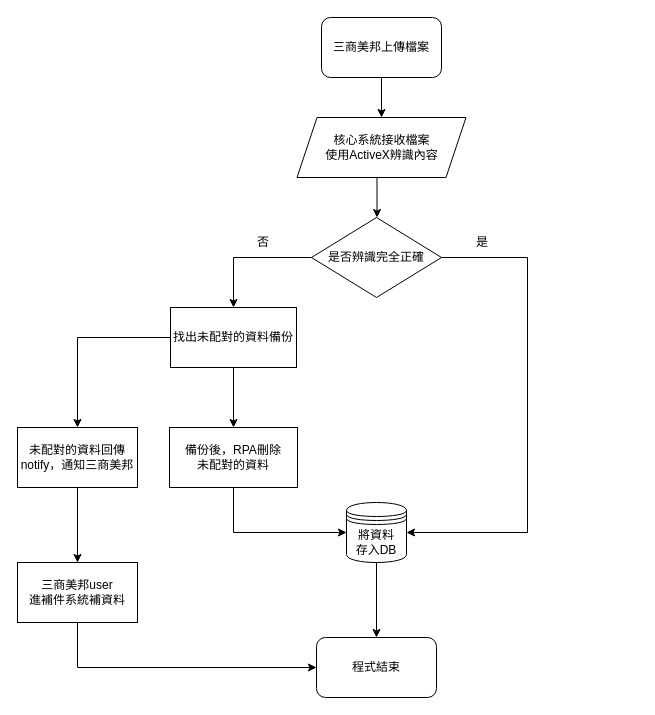
The draw.io diagram Untitled Diagram.drawio in 33b29/xml, before the edit. Source tidied: cells renumbered, new cells numbered last; positions are measured from the earlier drawing's top-left corner, leaving out a move shared by most shapes. Both pictures are drawn from the tidied source at 100%, with x=0, y=0 at pixel (17, 17).
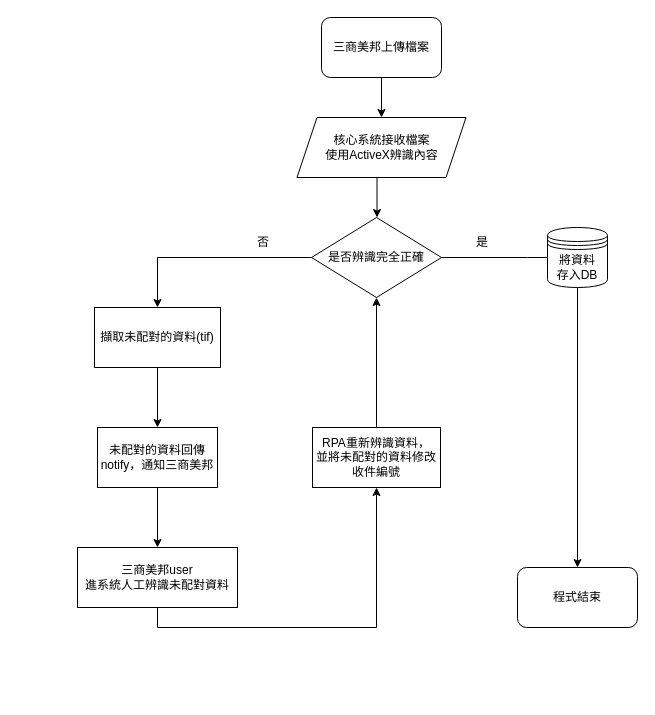
After the change.

Unchanged cells that the change refers to:
```xml
<mxCell id="6" value="是否辨識完全正確" style="rhombus;whiteSpace=wrap;html=1;" parent="1" vertex="1">
  <mxGeometry x="294" y="200" width="130" height="80" as="geometry" />
</mxCell>
```

What changed in the source:
```diff
@@
     <mxCell id="8" style="endArrow=classic;html=1;rounded=0;entryX=1;entryY=0.5;entryDx=0;entryDy=0;" parent="1" edge="1" target="20">
       <mxGeometry relative="1" as="geometry">
         <mxPoint x="424" y="240" as="sourcePoint" />
         <Array as="points">
           <mxPoint x="510" y="240" />
-          <mxPoint x="510" y="515" />
         </Array>
       </mxGeometry>
     </mxCell>
@@
-    <mxCell id="12" style="edgeStyle=orthogonalEdgeStyle;rounded=0;jettySize=auto;html=1;exitX=0.5;exitY=1;exitDx=0;exitDy=0;entryX=0.5;entryY=0;entryDx=0;entryDy=0;" parent="1" edge="1" source="13" target="17">
-      <mxGeometry relative="1" as="geometry" />
-    </mxCell>
-    <mxCell id="13" value="找出未配對的資料備份" style="rounded=0;whiteSpace=wrap;html=1;fillColor=none;" parent="1" vertex="1">
-      <mxGeometry x="153" y="290" width="126" height="60" as="geometry" />
+    <mxCell id="13" value="擷取未配對的資料(tif)" style="rounded=0;whiteSpace=wrap;html=1;fillColor=none;" parent="1" vertex="1">
+      <mxGeometry x="77" y="290" width="126" height="60" as="geometry" />
     </mxCell>
@@
     <mxCell id="15" value="未配對的資料回傳notify，通知三商美邦" style="whiteSpace=wrap;html=1;rounded=0;fillColor=none;" parent="1" vertex="1">
-      <mxGeometry y="410" width="120" height="60" as="geometry" />
+      <mxGeometry x="80" y="410" width="120" height="60" as="geometry" />
     </mxCell>
-    <mxCell id="16" style="edgeStyle=orthogonalEdgeStyle;rounded=0;jettySize=auto;html=1;exitX=0.5;exitY=1;exitDx=0;exitDy=0;entryX=0;entryY=0.5;entryDx=0;entryDy=0;" parent="1" edge="1" source="17" target="20">
-      <mxGeometry relative="1" as="geometry" />
-    </mxCell>
+    <mxCell id="23" style="edgeStyle=orthogonalEdgeStyle;rounded=0;jettySize=auto;html=1;exitX=0.5;exitY=0;exitDx=0;exitDy=0;entryX=0.5;entryY=1;entryDx=0;entryDy=0;" parent="1" edge="1" source="17" target="6">
+      <mxGeometry relative="1" as="geometry" />
+    </mxCell>
-    <mxCell id="17" value="備份後，RPA刪除&lt;br&gt;未配對的資料" style="whiteSpace=wrap;html=1;rounded=0;fillColor=none;" parent="1" vertex="1">
-      <mxGeometry x="152" y="410" width="128" height="60" as="geometry" />
+    <mxCell id="17" value="RPA重新辨識資料，&lt;br&gt;並將未配對的資料修改收件編號" style="whiteSpace=wrap;html=1;rounded=0;fillColor=none;" parent="1" vertex="1">
+      <mxGeometry x="295" y="410" width="128" height="60" as="geometry" />
     </mxCell>
     <mxCell id="18" value="程式結束" style="rounded=1;whiteSpace=wrap;html=1;fillColor=none;" parent="1" vertex="1">
-      <mxGeometry x="299" y="620" width="120" height="60" as="geometry" />
+      <mxGeometry x="500" y="550" width="120" height="60" as="geometry" />
     </mxCell>
@@
     <mxCell id="20" value="&lt;span&gt;將資料&lt;br&gt;存入DB&lt;/span&gt;" style="shape=datastore;whiteSpace=wrap;html=1;" parent="1" vertex="1">
-      <mxGeometry x="329" y="485" width="60" height="60" as="geometry" />
+      <mxGeometry x="530" y="210" width="60" height="60" as="geometry" />
     </mxCell>
-    <mxCell id="21" style="edgeStyle=orthogonalEdgeStyle;rounded=0;jettySize=auto;html=1;exitX=0.5;exitY=1;exitDx=0;exitDy=0;entryX=0;entryY=0.5;entryDx=0;entryDy=0;" parent="1" edge="1" source="22" target="18">
+    <mxCell id="21" style="edgeStyle=orthogonalEdgeStyle;rounded=0;jettySize=auto;html=1;exitX=0.5;exitY=1;exitDx=0;exitDy=0;entryX=0.5;entryY=1;entryDx=0;entryDy=0;" parent="1" edge="1" source="22" target="17">
       <mxGeometry relative="1" as="geometry" />
     </mxCell>
-    <mxCell id="22" value="三商美邦user&lt;br&gt;進補件系統補資料" style="rounded=0;whiteSpace=wrap;html=1;" parent="1" vertex="1">
-      <mxGeometry y="545" width="120" height="60" as="geometry" />
+    <mxCell id="22" value="三商美邦user&lt;br&gt;進系統人工辨識未配對資料" style="rounded=0;whiteSpace=wrap;html=1;" parent="1" vertex="1">
+      <mxGeometry x="60" y="530" width="160" height="60" as="geometry" />
     </mxCell>
```
